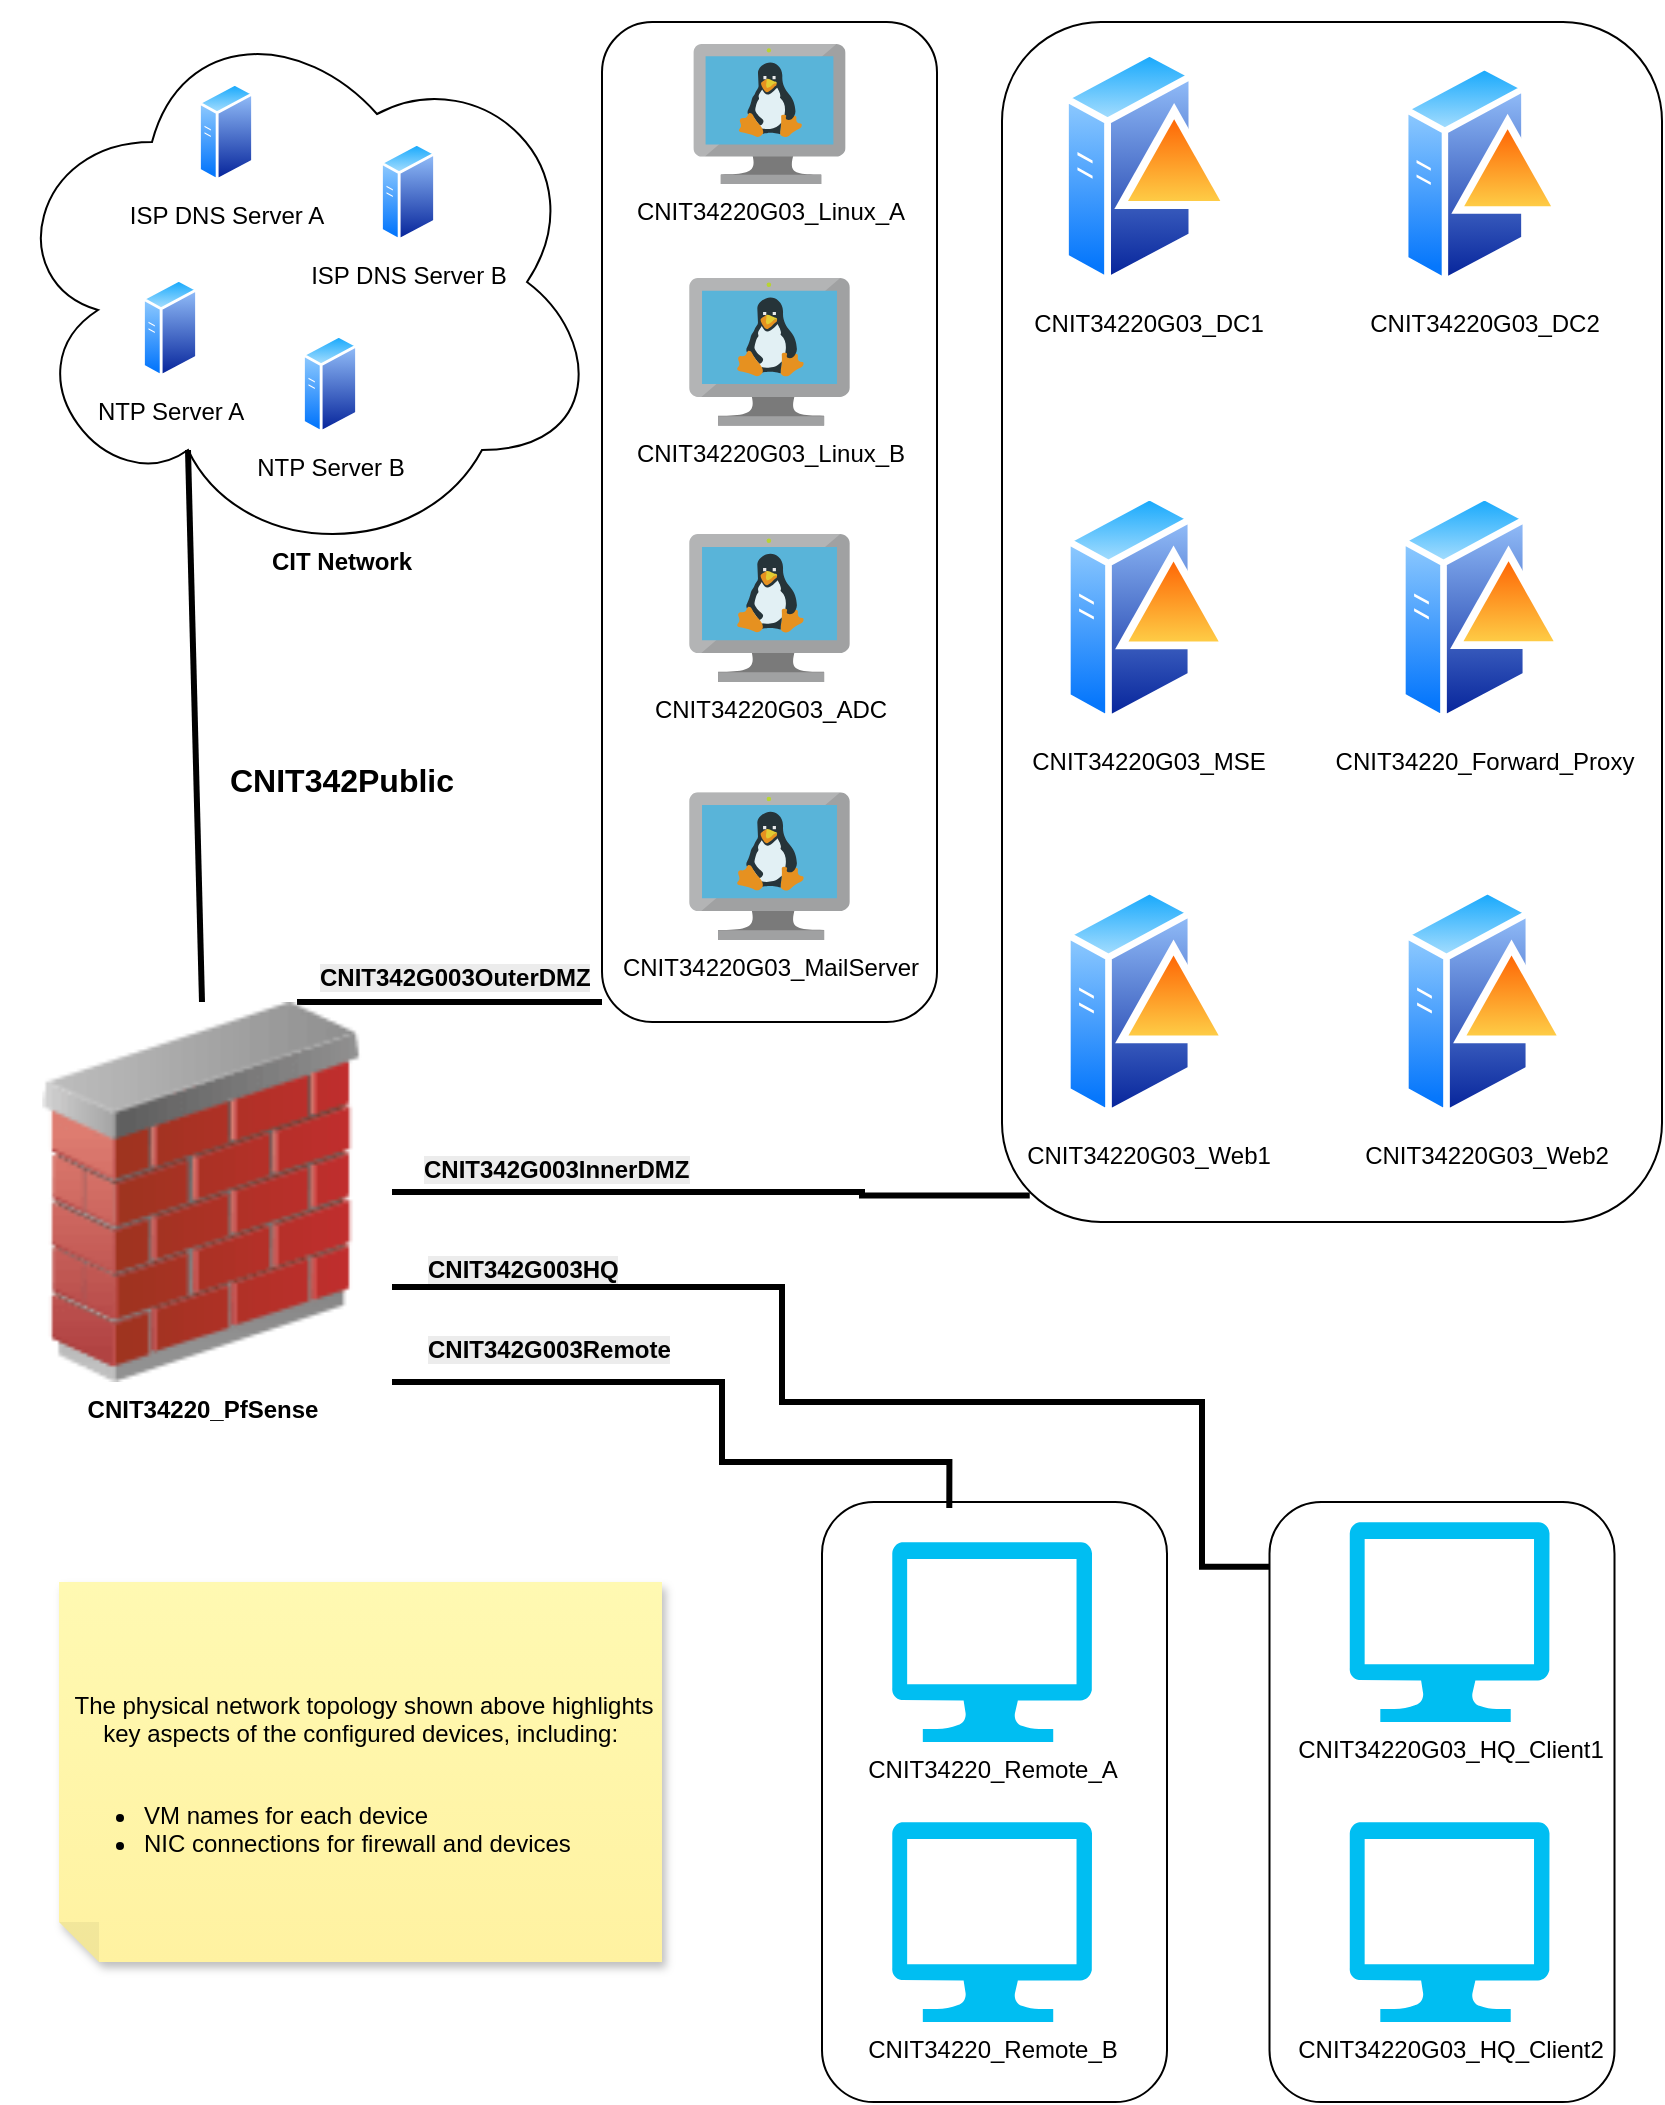
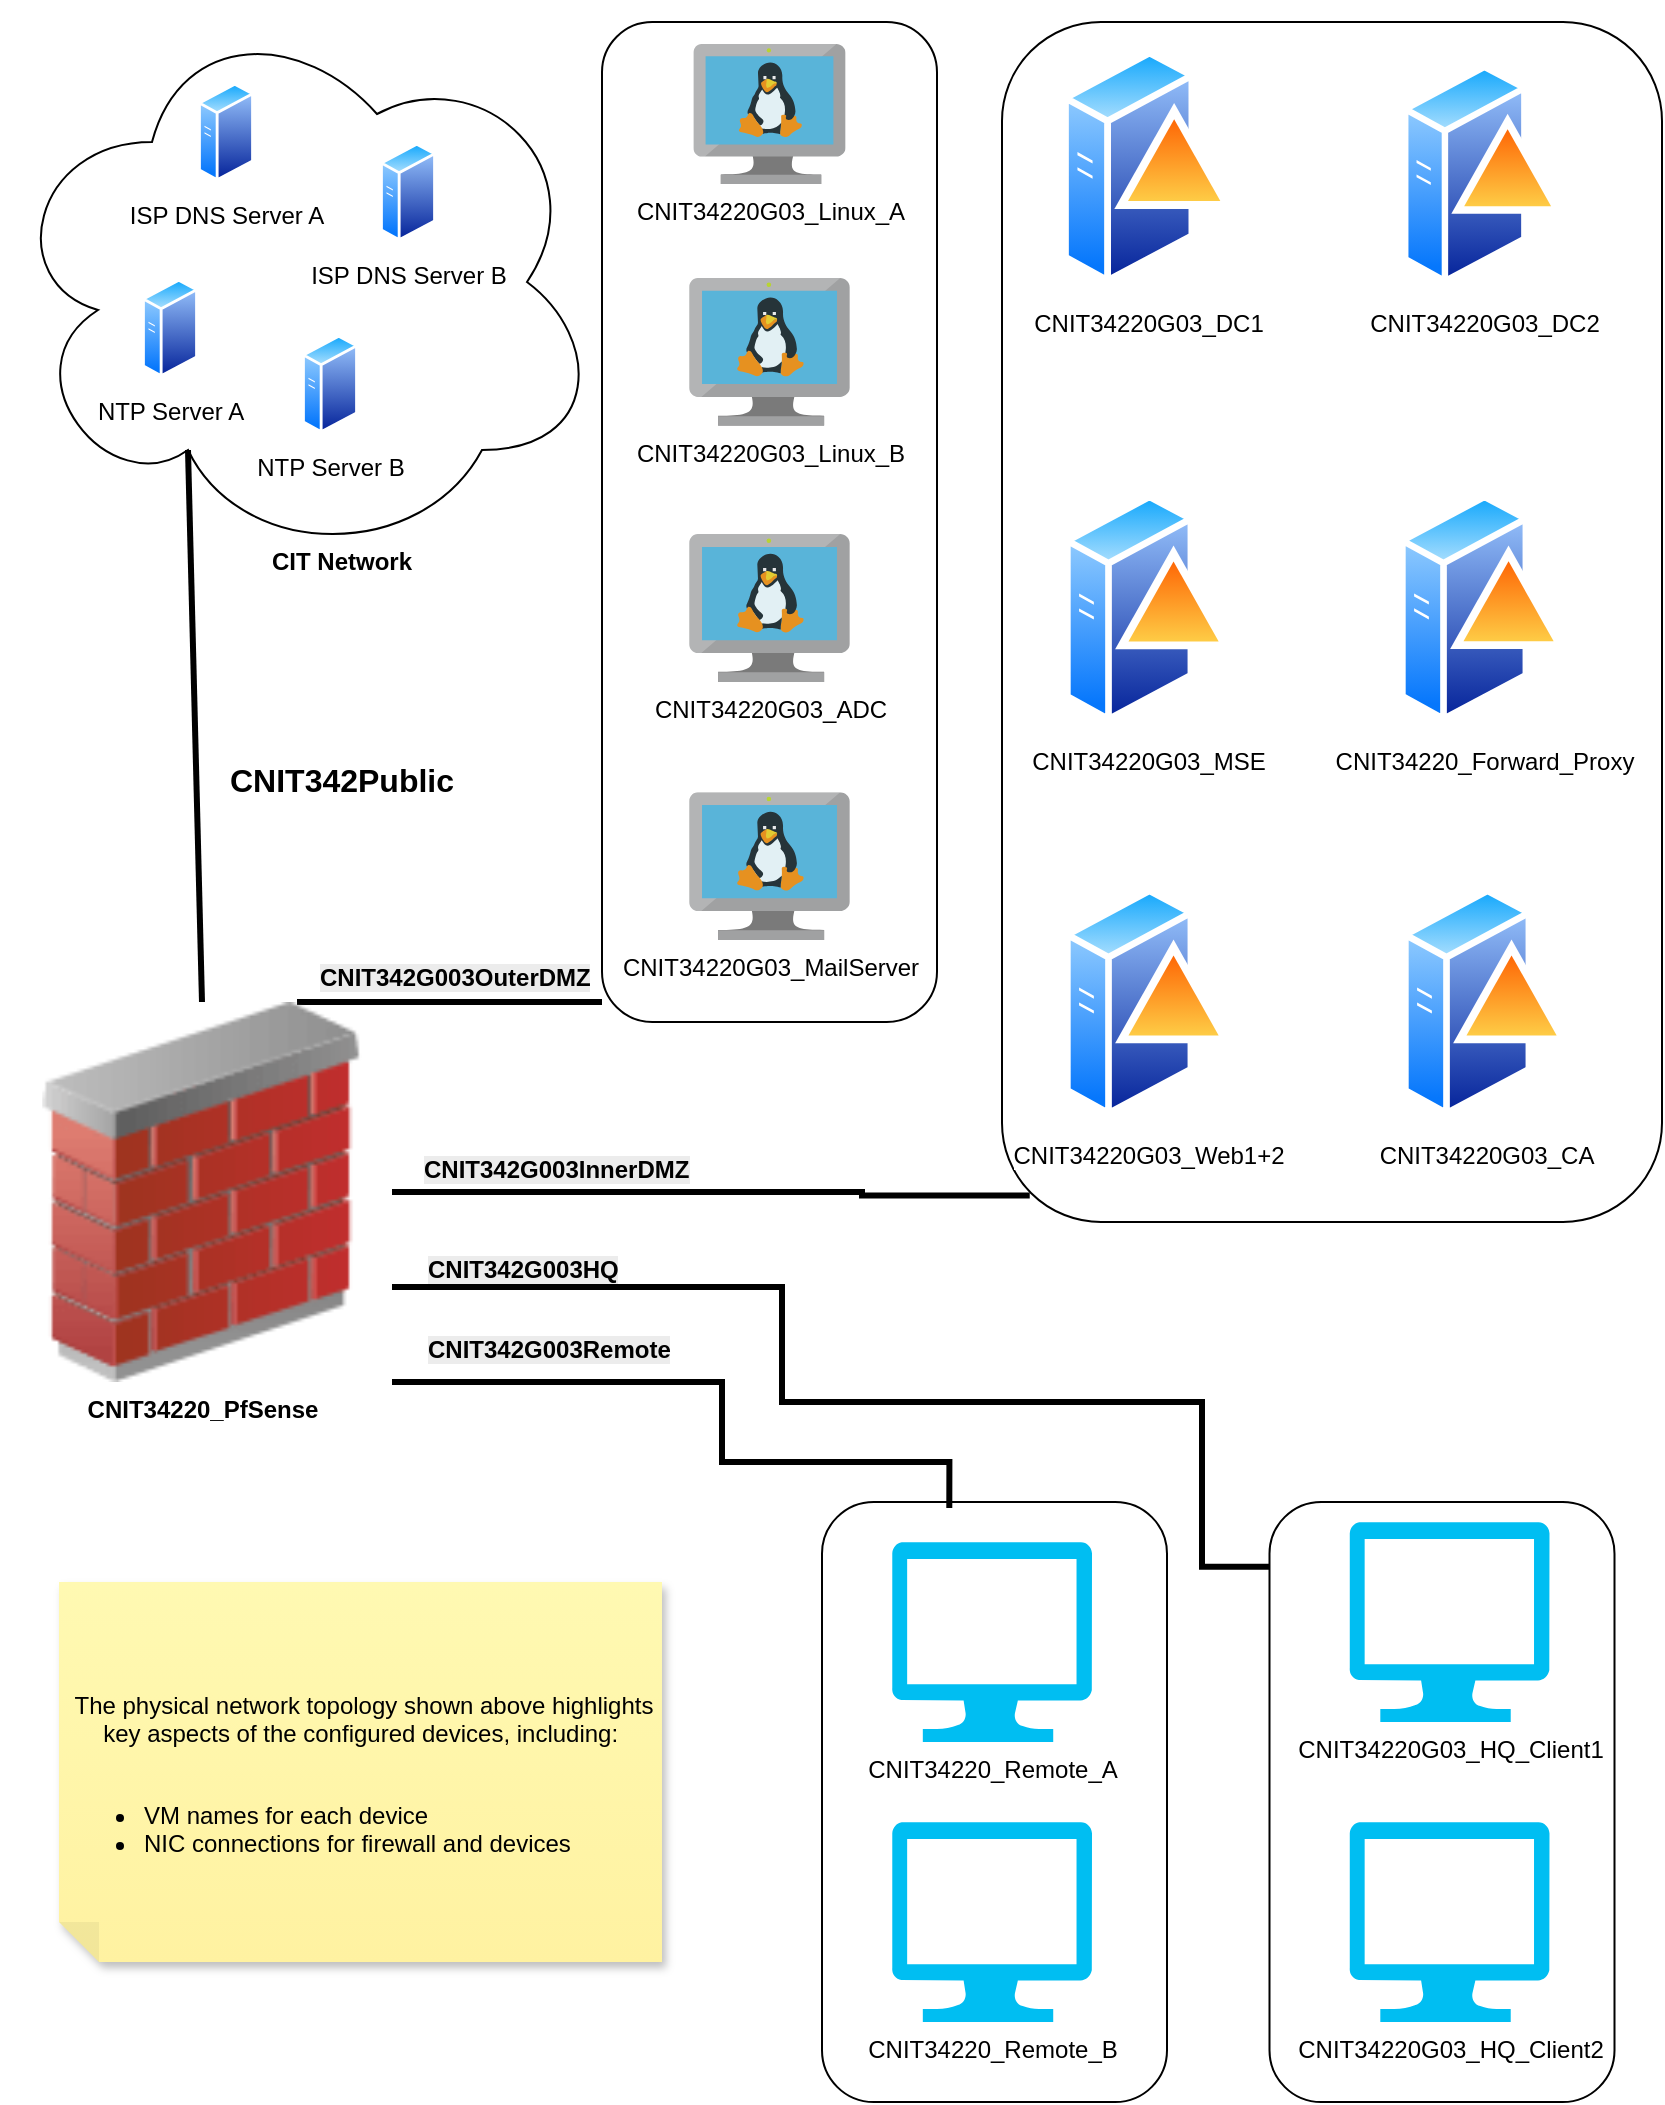
- <mxfile host="app.diagrams.net" agent="Mozilla/5.0 (Windows NT 10.0; Win64; x64) AppleWebKit/537.36 (KHTML, like Gecko) Chrome/146.0.0.0 Safari/537.36" version="29.6.5">
+ <mxfile host="app.diagrams.net" agent="Mozilla/5.0 (Windows NT 10.0; Win64; x64) AppleWebKit/537.36 (KHTML, like Gecko) Chrome/146.0.0.0 Safari/537.36">
  <diagram name="Page-1" id="LLxXh8Bos9mLMzlW9-cS">
-     <mxGraphModel dx="995" dy="1295" grid="1" gridSize="10" guides="1" tooltips="1" connect="1" arrows="1" fold="1" page="1" pageScale="1" pageWidth="850" pageHeight="1100" math="0" shadow="0">
+     <mxGraphModel dx="900" dy="1122" grid="1" gridSize="10" guides="1" tooltips="1" connect="1" arrows="1" fold="1" page="1" pageScale="1" pageWidth="850" pageHeight="1100" math="0" shadow="0">
      <root>
        <mxCell id="0" />
        <mxCell id="1" parent="0" />
        <mxCell id="KjMrdtRbTa5HV9kNTz-4-63" parent="1" style="ellipse;shape=cloud;whiteSpace=wrap;html=1;fillColor=none;" value="" vertex="1">
          <mxGeometry height="280" width="300" as="geometry" />
        </mxCell>
        <mxCell id="KjMrdtRbTa5HV9kNTz-4-50" parent="1" style="rounded=1;whiteSpace=wrap;html=1;fillColor=none;" value="" vertex="1">
          <mxGeometry height="300" width="172.5" x="633.75" y="750" as="geometry" />
        </mxCell>
        <mxCell id="KjMrdtRbTa5HV9kNTz-4-51" parent="1" style="rounded=1;whiteSpace=wrap;html=1;fillColor=none;" value="" vertex="1">
          <mxGeometry height="300" width="172.5" x="410" y="750" as="geometry" />
        </mxCell>
        <mxCell id="KjMrdtRbTa5HV9kNTz-4-48" parent="1" style="rounded=1;whiteSpace=wrap;html=1;fillColor=none;" value="" vertex="1">
          <mxGeometry height="500" width="167.5" x="300" y="10" as="geometry" />
        </mxCell>
        <mxCell id="KjMrdtRbTa5HV9kNTz-4-49" parent="1" style="rounded=1;whiteSpace=wrap;html=1;fillColor=none;" value="" vertex="1">
          <mxGeometry height="600" width="330" x="500" y="10" as="geometry" />
        </mxCell>
        <mxCell id="KjMrdtRbTa5HV9kNTz-4-23" parent="1" style="image;aspect=fixed;perimeter=ellipsePerimeter;html=1;align=center;shadow=0;dashed=0;spacingTop=3;image=img/lib/active_directory/domain_controller.svg;" value="CNIT34220G03_DC1" vertex="1">
          <mxGeometry height="122.86" width="86" x="530" y="21" as="geometry" />
        </mxCell>
        <mxCell id="KjMrdtRbTa5HV9kNTz-4-24" parent="1" style="image;aspect=fixed;perimeter=ellipsePerimeter;html=1;align=center;shadow=0;dashed=0;spacingTop=3;image=img/lib/active_directory/domain_controller.svg;" value="CNIT34220G03_DC2" vertex="1">
          <mxGeometry height="115.72" width="81" x="700" y="28.139999999999972" as="geometry" />
        </mxCell>
        <mxCell id="KjMrdtRbTa5HV9kNTz-4-25" parent="1" style="verticalLabelPosition=bottom;html=1;verticalAlign=top;align=center;strokeColor=none;fillColor=#00BEF2;shape=mxgraph.azure.computer;pointerEvents=1;" value="CNIT34220_Remote_A" vertex="1">
          <mxGeometry height="100" width="100" x="445" y="770" as="geometry" />
        </mxCell>
        <mxCell id="KjMrdtRbTa5HV9kNTz-4-26" parent="1" style="verticalLabelPosition=bottom;html=1;verticalAlign=top;align=center;strokeColor=none;fillColor=#00BEF2;shape=mxgraph.azure.computer;pointerEvents=1;" value="CNIT34220_Remote_B" vertex="1">
          <mxGeometry height="100" width="100" x="445" y="910" as="geometry" />
        </mxCell>
        <mxCell id="KjMrdtRbTa5HV9kNTz-4-27" parent="1" style="verticalLabelPosition=bottom;html=1;verticalAlign=top;align=center;strokeColor=none;fillColor=#00BEF2;shape=mxgraph.azure.computer;pointerEvents=1;" value="CNIT34220G03_HQ_Client1" vertex="1">
          <mxGeometry height="100" width="100" x="673.75" y="760" as="geometry" />
        </mxCell>
        <mxCell id="KjMrdtRbTa5HV9kNTz-4-28" parent="1" style="verticalLabelPosition=bottom;html=1;verticalAlign=top;align=center;strokeColor=none;fillColor=#00BEF2;shape=mxgraph.azure.computer;pointerEvents=1;" value="CNIT34220G03_HQ_Client2" vertex="1">
          <mxGeometry height="100" width="100" x="673.75" y="910" as="geometry" />
        </mxCell>
        <mxCell id="KjMrdtRbTa5HV9kNTz-4-32" parent="1" style="image;sketch=0;aspect=fixed;html=1;points=[];align=center;fontSize=12;image=img/lib/mscae/VM_Linux.svg;" value="CNIT34220G03_Linux_A" vertex="1">
          <mxGeometry height="70" width="76.08" x="345.71" y="21" as="geometry" />
        </mxCell>
        <mxCell id="KjMrdtRbTa5HV9kNTz-4-33" parent="1" style="image;sketch=0;aspect=fixed;html=1;points=[];align=center;fontSize=12;image=img/lib/mscae/VM_Linux.svg;fontStyle=1" value="&lt;span style=&quot;font-weight: 400;&quot;&gt;CNIT34220G03_MailServer&lt;/span&gt;" vertex="1">
          <mxGeometry height="73.9" width="80.32" x="343.59" y="395.09999999999997" as="geometry" />
        </mxCell>
        <mxCell id="KjMrdtRbTa5HV9kNTz-4-36" edge="1" parent="1" source="KjMrdtRbTa5HV9kNTz-4-40" style="edgeStyle=orthogonalEdgeStyle;rounded=0;orthogonalLoop=1;jettySize=auto;html=1;exitX=0.75;exitY=0;exitDx=0;exitDy=0;endArrow=none;endFill=0;strokeWidth=3;">
          <mxGeometry relative="1" as="geometry">
            <Array as="points">
              <mxPoint x="300" y="500" />
              <mxPoint x="300" y="500" />
            </Array>
            <mxPoint x="300" y="500" as="targetPoint" />
          </mxGeometry>
        </mxCell>
        <mxCell id="KjMrdtRbTa5HV9kNTz-4-37" edge="1" parent="1" source="KjMrdtRbTa5HV9kNTz-4-40" style="edgeStyle=orthogonalEdgeStyle;rounded=0;orthogonalLoop=1;jettySize=auto;html=1;entryX=0.042;entryY=0.978;entryDx=0;entryDy=0;endArrow=none;endFill=0;strokeWidth=3;exitX=1;exitY=0.5;exitDx=0;exitDy=0;entryPerimeter=0;" target="KjMrdtRbTa5HV9kNTz-4-49">
          <mxGeometry relative="1" as="geometry">
            <Array as="points">
              <mxPoint x="430" y="595" />
              <mxPoint x="430" y="597" />
            </Array>
            <mxPoint x="220" y="488" as="sourcePoint" />
            <mxPoint x="607.5" y="392.5000000000002" as="targetPoint" />
          </mxGeometry>
        </mxCell>
        <mxCell id="KjMrdtRbTa5HV9kNTz-4-38" edge="1" parent="1" source="KjMrdtRbTa5HV9kNTz-4-40" style="edgeStyle=orthogonalEdgeStyle;rounded=0;orthogonalLoop=1;jettySize=auto;html=1;exitX=1;exitY=0.75;exitDx=0;exitDy=0;entryX=0;entryY=0.108;entryDx=0;entryDy=0;endArrow=none;endFill=0;strokeWidth=3;entryPerimeter=0;" target="KjMrdtRbTa5HV9kNTz-4-50">
          <mxGeometry relative="1" as="geometry">
            <Array as="points">
              <mxPoint x="390" y="643" />
              <mxPoint x="390" y="700" />
              <mxPoint x="600" y="700" />
              <mxPoint x="600" y="782" />
            </Array>
            <mxPoint x="617.5" y="682.4999999999998" as="targetPoint" />
          </mxGeometry>
        </mxCell>
        <mxCell id="KjMrdtRbTa5HV9kNTz-4-39" edge="1" parent="1" source="KjMrdtRbTa5HV9kNTz-4-40" style="edgeStyle=orthogonalEdgeStyle;rounded=0;orthogonalLoop=1;jettySize=auto;html=1;exitX=1;exitY=1;exitDx=0;exitDy=0;entryX=0.369;entryY=0.01;entryDx=0;entryDy=0;endArrow=none;endFill=0;strokeWidth=3;entryPerimeter=0;" target="KjMrdtRbTa5HV9kNTz-4-51">
          <mxGeometry relative="1" as="geometry">
            <Array as="points">
              <mxPoint x="360" y="690" />
              <mxPoint x="360" y="730" />
              <mxPoint x="474" y="730" />
            </Array>
            <mxPoint x="345" y="719.9999999999998" as="targetPoint" />
          </mxGeometry>
        </mxCell>
        <mxCell id="KjMrdtRbTa5HV9kNTz-4-40" parent="1" style="image;html=1;image=img/lib/clip_art/networking/Firewall_02_128x128.png" value="&lt;b&gt;CNIT34220_PfSense&lt;/b&gt;" vertex="1">
          <mxGeometry height="190" width="190" x="5" y="500" as="geometry" />
        </mxCell>
        <mxCell id="KjMrdtRbTa5HV9kNTz-4-54" parent="1" style="text;whiteSpace=wrap;html=1;" value="&lt;b style=&quot;forced-color-adjust: none; color: rgb(0, 0, 0); font-family: Helvetica; font-size: 12px; font-style: normal; font-variant-ligatures: normal; font-variant-caps: normal; letter-spacing: normal; orphans: 2; text-align: center; text-indent: 0px; text-transform: none; widows: 2; word-spacing: 0px; -webkit-text-stroke-width: 0px; white-space: normal; background-color: rgb(236, 236, 236); text-decoration-thickness: initial; text-decoration-style: initial; text-decoration-color: initial;&quot;&gt;CNIT342G003OuterDMZ&lt;/b&gt;" vertex="1">
          <mxGeometry height="40" width="100" x="156.5" y="474" as="geometry" />
        </mxCell>
        <mxCell id="KjMrdtRbTa5HV9kNTz-4-55" parent="1" style="text;whiteSpace=wrap;html=1;" value="&lt;b style=&quot;forced-color-adjust: none; color: rgb(0, 0, 0); font-family: Helvetica; font-size: 12px; font-style: normal; font-variant-ligatures: normal; font-variant-caps: normal; letter-spacing: normal; orphans: 2; text-align: center; text-indent: 0px; text-transform: none; widows: 2; word-spacing: 0px; -webkit-text-stroke-width: 0px; white-space: normal; background-color: rgb(236, 236, 236); text-decoration-thickness: initial; text-decoration-style: initial; text-decoration-color: initial;&quot;&gt;CNIT342G003InnerDMZ&lt;/b&gt;" vertex="1">
          <mxGeometry height="40" width="100" x="209" y="570" as="geometry" />
        </mxCell>
        <mxCell id="KjMrdtRbTa5HV9kNTz-4-56" parent="1" style="text;whiteSpace=wrap;html=1;" value="&lt;b style=&quot;forced-color-adjust: none; color: rgb(0, 0, 0); font-family: Helvetica; font-size: 12px; font-style: normal; font-variant-ligatures: normal; font-variant-caps: normal; letter-spacing: normal; orphans: 2; text-align: center; text-indent: 0px; text-transform: none; widows: 2; word-spacing: 0px; -webkit-text-stroke-width: 0px; white-space: normal; background-color: rgb(236, 236, 236); text-decoration-thickness: initial; text-decoration-style: initial; text-decoration-color: initial;&quot;&gt;CNIT342G003HQ&lt;/b&gt;" vertex="1">
          <mxGeometry height="40" width="100" x="211" y="620" as="geometry" />
        </mxCell>
        <mxCell id="KjMrdtRbTa5HV9kNTz-4-57" parent="1" style="text;whiteSpace=wrap;html=1;" value="&lt;b style=&quot;forced-color-adjust: none; color: rgb(0, 0, 0); font-family: Helvetica; font-size: 12px; font-style: normal; font-variant-ligatures: normal; font-variant-caps: normal; letter-spacing: normal; orphans: 2; text-align: center; text-indent: 0px; text-transform: none; widows: 2; word-spacing: 0px; -webkit-text-stroke-width: 0px; white-space: normal; background-color: rgb(236, 236, 236); text-decoration-thickness: initial; text-decoration-style: initial; text-decoration-color: initial;&quot;&gt;CNIT342G003Remote&lt;/b&gt;" vertex="1">
          <mxGeometry height="30" width="75" x="211" y="660" as="geometry" />
        </mxCell>
        <mxCell id="KjMrdtRbTa5HV9kNTz-4-60" parent="1" style="image;aspect=fixed;perimeter=ellipsePerimeter;html=1;align=center;shadow=0;dashed=0;spacingTop=3;image=img/lib/active_directory/generic_server.svg;fontStyle=0" value="&lt;span&gt;ISP DNS Server A&lt;/span&gt;" vertex="1">
          <mxGeometry height="50" width="28" x="98" y="40" as="geometry" />
        </mxCell>
        <mxCell id="KjMrdtRbTa5HV9kNTz-4-62" parent="1" style="text;html=1;whiteSpace=wrap;strokeColor=none;fillColor=none;align=center;verticalAlign=middle;rounded=0;" value="&lt;b&gt;CIT Network&lt;/b&gt;" vertex="1">
          <mxGeometry height="30" width="90" x="125" y="265" as="geometry" />
        </mxCell>
        <mxCell id="KjMrdtRbTa5HV9kNTz-4-64" edge="1" parent="1" source="KjMrdtRbTa5HV9kNTz-4-40" style="edgeStyle=none;curved=1;rounded=0;orthogonalLoop=1;jettySize=auto;html=1;exitX=0.5;exitY=0;exitDx=0;exitDy=0;entryX=0.31;entryY=0.8;entryDx=0;entryDy=0;entryPerimeter=0;fontSize=12;startSize=8;endSize=8;strokeWidth=3;endArrow=none;endFill=0;" target="KjMrdtRbTa5HV9kNTz-4-63">
          <mxGeometry relative="1" as="geometry" />
        </mxCell>
        <mxCell id="KjMrdtRbTa5HV9kNTz-4-65" parent="1" style="text;html=1;whiteSpace=wrap;strokeColor=none;fillColor=none;align=center;verticalAlign=middle;rounded=0;fontSize=16;" value="&lt;b&gt;CNIT342Public&lt;/b&gt;" vertex="1">
          <mxGeometry height="60" width="140" x="100" y="358.95" as="geometry" />
        </mxCell>
        <mxCell id="yG8P1Iu5Pt4KOUD89LgE-5" parent="1" style="image;aspect=fixed;perimeter=ellipsePerimeter;html=1;align=center;shadow=0;dashed=0;spacingTop=3;image=img/lib/active_directory/domain_controller.svg;" value="CNIT34220G03_MSE" vertex="1">
          <mxGeometry height="120" width="84" x="531" y="243" as="geometry" />
        </mxCell>
        <mxCell id="yG8P1Iu5Pt4KOUD89LgE-12" parent="1" style="image;sketch=0;aspect=fixed;html=1;points=[];align=center;fontSize=12;image=img/lib/mscae/VM_Linux.svg;fontStyle=1" value="&lt;span style=&quot;font-weight: 400;&quot;&gt;CNIT34220G03_Linux_B&lt;/span&gt;" vertex="1">
          <mxGeometry height="73.9" width="80.32" x="343.59" y="138.00000000000003" as="geometry" />
        </mxCell>
        <mxCell id="yG8P1Iu5Pt4KOUD89LgE-18" parent="1" style="image;aspect=fixed;perimeter=ellipsePerimeter;html=1;align=center;shadow=0;dashed=0;spacingTop=3;image=img/lib/active_directory/generic_server.svg;fontStyle=0" value="&lt;span&gt;ISP DNS Server B&lt;/span&gt;" vertex="1">
          <mxGeometry height="50" width="28" x="189" y="70" as="geometry" />
        </mxCell>
        <mxCell id="yG8P1Iu5Pt4KOUD89LgE-19" parent="1" style="image;aspect=fixed;perimeter=ellipsePerimeter;html=1;align=center;shadow=0;dashed=0;spacingTop=3;image=img/lib/active_directory/generic_server.svg;fontStyle=0" value="NTP Server B" vertex="1">
          <mxGeometry height="50" width="28" x="150" y="166" as="geometry" />
        </mxCell>
        <mxCell id="yG8P1Iu5Pt4KOUD89LgE-20" parent="1" style="image;aspect=fixed;perimeter=ellipsePerimeter;html=1;align=center;shadow=0;dashed=0;spacingTop=3;image=img/lib/active_directory/generic_server.svg;fontStyle=0" value="NTP Server A" vertex="1">
          <mxGeometry height="50" width="28" x="70" y="138" as="geometry" />
        </mxCell>
        <mxCell id="mcOl2xob3SypeuudFTY0-1" parent="1" style="image;sketch=0;aspect=fixed;html=1;points=[];align=center;fontSize=12;image=img/lib/mscae/VM_Linux.svg;fontStyle=1" value="&lt;span style=&quot;font-weight: 400;&quot;&gt;CNIT34220G03_ADC&lt;/span&gt;" vertex="1">
          <mxGeometry height="73.9" width="80.32" x="343.59000000000003" y="266.05" as="geometry" />
        </mxCell>
        <mxCell id="mcOl2xob3SypeuudFTY0-2" parent="1" style="image;aspect=fixed;perimeter=ellipsePerimeter;html=1;align=center;shadow=0;dashed=0;spacingTop=3;image=img/lib/active_directory/domain_controller.svg;" value="CNIT34220_Forward_Proxy" vertex="1">
          <mxGeometry height="120" width="84" x="698.5" y="242.95" as="geometry" />
        </mxCell>
-         <mxCell id="mcOl2xob3SypeuudFTY0-3" parent="1" style="image;aspect=fixed;perimeter=ellipsePerimeter;html=1;align=center;shadow=0;dashed=0;spacingTop=3;image=img/lib/active_directory/domain_controller.svg;" value="CNIT34220G03_Web2" vertex="1">
+         <mxCell id="mcOl2xob3SypeuudFTY0-3" parent="1" style="image;aspect=fixed;perimeter=ellipsePerimeter;html=1;align=center;shadow=0;dashed=0;spacingTop=3;image=img/lib/active_directory/domain_controller.svg;" value="CNIT34220G03_CA" vertex="1">
          <mxGeometry height="120" width="84" x="700" y="440" as="geometry" />
        </mxCell>
-         <mxCell id="mcOl2xob3SypeuudFTY0-4" parent="1" style="image;aspect=fixed;perimeter=ellipsePerimeter;html=1;align=center;shadow=0;dashed=0;spacingTop=3;image=img/lib/active_directory/domain_controller.svg;" value="CNIT34220G03_Web1" vertex="1">
+         <mxCell id="mcOl2xob3SypeuudFTY0-4" parent="1" style="image;aspect=fixed;perimeter=ellipsePerimeter;html=1;align=center;shadow=0;dashed=0;spacingTop=3;image=img/lib/active_directory/domain_controller.svg;" value="CNIT34220G03_Web1+2" vertex="1">
          <mxGeometry height="120" width="84" x="531" y="440" as="geometry" />
        </mxCell>
        <mxCell id="BqP85tvzOlq812hC0xbc-1" parent="1" style="shape=note;whiteSpace=wrap;html=1;backgroundOutline=1;fontColor=#000000;darkOpacity=0.05;fillColor=#FFF9B2;strokeColor=none;fillStyle=solid;direction=west;gradientDirection=north;gradientColor=#FFF2A1;shadow=1;size=20;pointerEvents=1;align=left;" value="&lt;div style=&quot;text-align: center;&quot;&gt;&lt;span style=&quot;background-color: transparent; color: light-dark(rgb(0, 0, 0), rgb(237, 237, 237));&quot;&gt;&lt;br&gt;&lt;/span&gt;&lt;/div&gt;&lt;div style=&quot;text-align: center;&quot;&gt;&lt;span style=&quot;background-color: transparent; color: light-dark(rgb(0, 0, 0), rgb(237, 237, 237));&quot;&gt;&lt;br&gt;&lt;/span&gt;&lt;/div&gt;&lt;div style=&quot;text-align: center;&quot;&gt;&lt;span style=&quot;background-color: transparent; color: light-dark(rgb(0, 0, 0), rgb(237, 237, 237));&quot;&gt;&lt;br&gt;&lt;/span&gt;&lt;/div&gt;&lt;div style=&quot;text-align: center;&quot;&gt;&lt;span style=&quot;background-color: transparent; color: light-dark(rgb(0, 0, 0), rgb(237, 237, 237));&quot;&gt;The physical network topology shown above highlights key aspects of the configured devices, including:&amp;nbsp;&lt;/span&gt;&lt;/div&gt;&lt;div&gt;&lt;br&gt;&lt;ul&gt;&lt;li&gt;VM names for each device&lt;/li&gt;&lt;li&gt;NIC connections for firewall and devices&lt;/li&gt;&lt;/ul&gt;&lt;br&gt;&lt;br&gt;&lt;/div&gt;" vertex="1">
          <mxGeometry height="190" width="301.5" x="28.5" y="790" as="geometry" />
        </mxCell>
      </root>
    </mxGraphModel>
  </diagram>
</mxfile>
